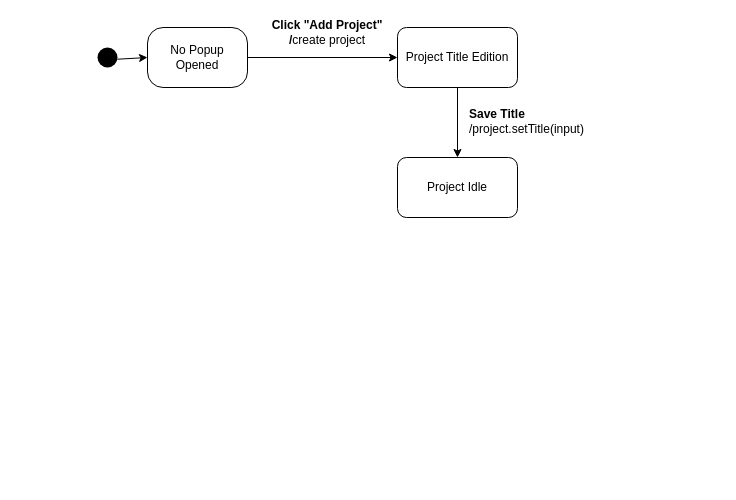
Above: docs/04_assignment/schema/01_create_project/backup.drawio in Jumaruba/jtimesched (draw.io), before the change. Source tidied: cells renumbered, new cells numbered last; positions are measured from the earlier drawing's top-left corner, leaving out a move shared by most shapes. Both pictures are drawn from the tidied source at 100%, with x=0, y=0 at pixel (97, 17).
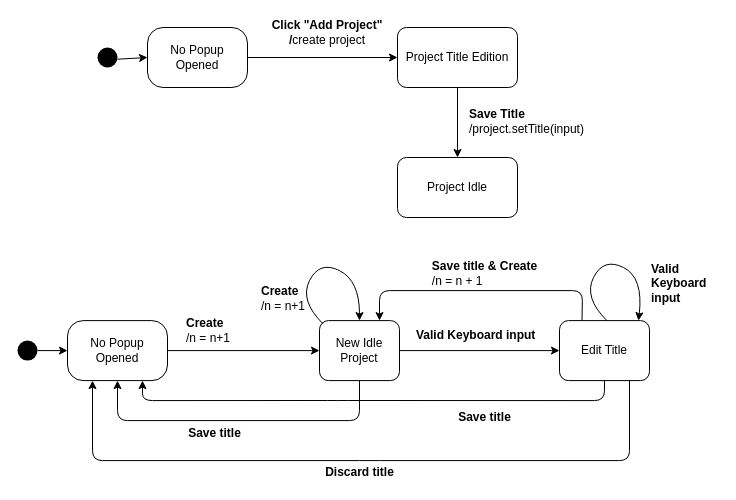
Above is the later version.

What changed in the source:
```diff
@@
+    <mxCell id="11" style="edgeStyle=none;html=1;fontColor=#000000;labelBorderColor=none;strokeColor=#000000;" parent="1" edge="1" source="21" target="14">
+      <mxGeometry relative="1" as="geometry" />
+    </mxCell>
+    <mxCell id="12" style="edgeStyle=none;html=1;fontColor=#000000;labelBorderColor=none;strokeColor=#000000;" parent="1" edge="1" source="14" target="17">
+      <mxGeometry relative="1" as="geometry" />
+    </mxCell>
+    <mxCell id="13" style="edgeStyle=none;html=1;exitX=0.5;exitY=1;exitDx=0;exitDy=0;entryX=0.5;entryY=1;entryDx=0;entryDy=0;fontColor=#000000;labelBorderColor=none;strokeColor=#000000;" parent="1" edge="1" source="14" target="21">
+      <mxGeometry relative="1" as="geometry">
+        <Array as="points">
+          <mxPoint x="262" y="403.1" />
+          <mxPoint x="20" y="403.1" />
+        </Array>
+      </mxGeometry>
+    </mxCell>
+    <mxCell id="14" value="New Idle&lt;br&gt;Project" style="rounded=1;whiteSpace=wrap;html=1;fillColor=none;fontColor=#000000;strokeColor=#000000;" parent="1" vertex="1">
+      <mxGeometry x="222" y="303.1" width="80" height="60" as="geometry" />
+    </mxCell>
+    <mxCell id="15" style="edgeStyle=none;html=1;exitX=0.5;exitY=1;exitDx=0;exitDy=0;entryX=0.75;entryY=1;entryDx=0;entryDy=0;fontColor=#000000;labelBorderColor=none;strokeColor=#000000;" parent="1" edge="1" source="17" target="21">
+      <mxGeometry relative="1" as="geometry">
+        <Array as="points">
+          <mxPoint x="507" y="383.1" />
+          <mxPoint x="240" y="383" />
+          <mxPoint x="45" y="383.1" />
+        </Array>
+      </mxGeometry>
+    </mxCell>
+    <mxCell id="16" style="edgeStyle=none;html=1;exitX=0.25;exitY=0;exitDx=0;exitDy=0;entryX=0.75;entryY=0;entryDx=0;entryDy=0;fontColor=#000000;labelBorderColor=none;strokeColor=#000000;" parent="1" edge="1" source="17" target="14">
+      <mxGeometry relative="1" as="geometry">
+        <Array as="points">
+          <mxPoint x="485" y="273.1" />
+          <mxPoint x="282" y="273.1" />
+        </Array>
+      </mxGeometry>
+    </mxCell>
+    <mxCell id="17" value="Edit Title" style="rounded=1;whiteSpace=wrap;html=1;fillColor=none;fontColor=#000000;strokeColor=#000000;" parent="1" vertex="1">
+      <mxGeometry x="462" y="303.1" width="90" height="60" as="geometry" />
+    </mxCell>
+    <mxCell id="18" value="&lt;b&gt;Create&lt;/b&gt;&lt;br&gt;/n = n+1" style="text;html=1;align=left;verticalAlign=middle;strokeColor=none;fillColor=none;fontColor=#000000;" parent="1" vertex="1">
+      <mxGeometry x="87" y="298.1" width="60" height="30" as="geometry" />
+    </mxCell>
+    <mxCell id="19" value="&lt;b&gt;Valid Keyboard input&lt;/b&gt;" style="text;html=1;align=left;verticalAlign=middle;strokeColor=none;fillColor=none;fontColor=#000000;" parent="1" vertex="1">
+      <mxGeometry x="317" y="308.1" width="130" height="20" as="geometry" />
+    </mxCell>
+    <mxCell id="20" value="&lt;div style=&quot;text-align: left&quot;&gt;&lt;b&gt;Save title&lt;/b&gt;&lt;/div&gt;" style="text;html=1;align=center;verticalAlign=middle;strokeColor=none;fillColor=none;fontColor=#000000;" parent="1" vertex="1">
+      <mxGeometry x="352" y="390.1" width="70" height="20" as="geometry" />
+    </mxCell>
+    <mxCell id="21" value="No Popup Opened" style="rounded=1;whiteSpace=wrap;html=1;arcSize=26;fillColor=none;fontColor=#000000;strokeColor=#000000;" parent="1" vertex="1">
+      <mxGeometry x="-30" y="303.1" width="100" height="60" as="geometry" />
+    </mxCell>
+    <mxCell id="22" style="edgeStyle=none;html=1;exitX=1;exitY=0.5;exitDx=0;exitDy=0;entryX=0;entryY=0.5;entryDx=0;entryDy=0;fontColor=#000000;labelBorderColor=none;strokeColor=#000000;" parent="1" edge="1" source="23" target="21">
+      <mxGeometry relative="1" as="geometry" />
+    </mxCell>
+    <mxCell id="23" style="ellipse;fillColor=#000000;strokeColor=none;fontColor=#000000;" parent="1" vertex="1">
+      <mxGeometry x="-80" y="323.1" width="20" height="20" as="geometry" />
+    </mxCell>
+    <mxCell id="24" style="curved=1;endArrow=classic;html=1;exitX=0.042;exitY=0.051;exitDx=0;exitDy=0;entryX=0.5;entryY=0;entryDx=0;entryDy=0;exitPerimeter=0;fontColor=#000000;labelBorderColor=none;strokeColor=#000000;" parent="1" edge="1" source="14" target="14">
+      <mxGeometry relative="1" as="geometry">
+        <Array as="points">
+          <mxPoint x="202" y="283.1" />
+          <mxPoint x="222" y="243.1" />
+          <mxPoint x="262" y="263.1" />
+        </Array>
+      </mxGeometry>
+    </mxCell>
+    <mxCell id="25" value="&lt;b&gt;Create&lt;/b&gt;&lt;br&gt;&lt;div&gt;&lt;span&gt;/n = n+1&amp;nbsp;&lt;/span&gt;&lt;/div&gt;" style="text;html=1;align=left;verticalAlign=middle;strokeColor=none;fillColor=none;fontColor=#000000;" parent="1" vertex="1">
+      <mxGeometry x="162" y="266.1" width="60" height="30" as="geometry" />
+    </mxCell>
+    <mxCell id="26" value="&lt;div style=&quot;text-align: left&quot;&gt;&lt;b&gt;Save title&lt;/b&gt;&lt;/div&gt;" style="text;html=1;align=center;verticalAlign=middle;strokeColor=none;fillColor=none;fontColor=#000000;" parent="1" vertex="1">
+      <mxGeometry x="82" y="406.1" width="70" height="20" as="geometry" />
+    </mxCell>
+    <mxCell id="27" style="curved=1;endArrow=classic;html=1;exitX=0.042;exitY=0.051;exitDx=0;exitDy=0;entryX=0.5;entryY=0;entryDx=0;entryDy=0;exitPerimeter=0;fontColor=#000000;labelBorderColor=none;strokeColor=#000000;" parent="1" edge="1">
+      <mxGeometry relative="1" as="geometry">
+        <mxPoint x="509.4" y="303.1" as="sourcePoint" />
+        <mxPoint x="541" y="303.1" as="targetPoint" />
+        <Array as="points">
+          <mxPoint x="486" y="280" />
+          <mxPoint x="506" y="240" />
+          <mxPoint x="546" y="260" />
+        </Array>
+      </mxGeometry>
+    </mxCell>
+    <mxCell id="28" value="&lt;b&gt;Valid &lt;br&gt;Keyboard &lt;br&gt;input&lt;/b&gt;&lt;br&gt;&lt;div&gt;&lt;br&gt;&lt;/div&gt;" style="text;html=1;align=left;verticalAlign=middle;strokeColor=none;fillColor=none;fontColor=#000000;" parent="1" vertex="1">
+      <mxGeometry x="552" y="243.1" width="70" height="60" as="geometry" />
+    </mxCell>
+    <mxCell id="29" value="&lt;div style=&quot;text-align: left&quot;&gt;&lt;b&gt;Save title &amp;amp; Create&lt;/b&gt;&lt;/div&gt;&lt;span&gt;&lt;div style=&quot;text-align: left&quot;&gt;&lt;span&gt;/n = n + 1&lt;/span&gt;&lt;span&gt;&lt;br&gt;&lt;/span&gt;&lt;/div&gt;&lt;/span&gt;" style="text;html=1;align=center;verticalAlign=middle;strokeColor=none;fillColor=none;fontColor=#000000;" parent="1" vertex="1">
+      <mxGeometry x="327" y="241.1" width="120" height="30" as="geometry" />
+    </mxCell>
+    <mxCell id="30" style="edgeStyle=none;html=1;entryX=0.25;entryY=1;entryDx=0;entryDy=0;fontColor=#000000;labelBorderColor=none;strokeColor=#000000;" parent="1" edge="1" target="21">
+      <mxGeometry relative="1" as="geometry">
+        <mxPoint x="532" y="363.1" as="sourcePoint" />
+        <Array as="points">
+          <mxPoint x="532" y="443.1" />
+          <mxPoint x="272" y="443.1" />
+          <mxPoint x="-5" y="443.1" />
+        </Array>
+      </mxGeometry>
+    </mxCell>
+    <mxCell id="31" value="&lt;div style=&quot;text-align: left&quot;&gt;&lt;b&gt;Discard title&lt;/b&gt;&lt;/div&gt;" style="text;html=1;align=center;verticalAlign=middle;strokeColor=none;fillColor=none;fontColor=#000000;" parent="1" vertex="1">
+      <mxGeometry x="222" y="445.1" width="80" height="20" as="geometry" />
+    </mxCell>
```
